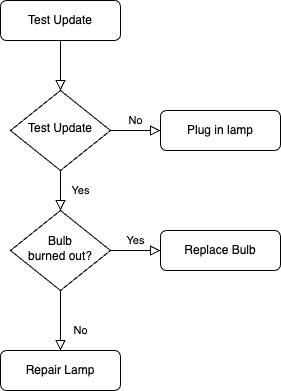
Above: Untitled Diagram.drawio.png in davidnjau/workflows (draw.io), before the change. Source tidied: cells renumbered, new cells last; positions are measured from the earlier drawing's top-left corner, leaving out a move shared by most shapes. Source of this version:
```xml
<mxGraphModel>
  <root>
    <mxCell id="0" />
    <mxCell id="1" parent="0" />
    <mxCell id="2" style="rounded=0;html=1;jettySize=auto;fontSize=11;endArrow=block;endFill=0;endSize=8;strokeWidth=1;shadow=0;labelBackgroundColor=none;edgeStyle=orthogonalEdgeStyle;" parent="1" edge="1" source="3" target="6">
      <mxGeometry relative="1" as="geometry" />
    </mxCell>
    <mxCell id="3" value="Test Update" style="rounded=1;whiteSpace=wrap;html=1;fontSize=12;glass=0;strokeWidth=1;shadow=0;" parent="1" vertex="1">
      <mxGeometry width="120" height="40" as="geometry" />
    </mxCell>
    <mxCell id="4" value="Yes" style="rounded=0;html=1;jettySize=auto;fontSize=11;endArrow=block;endFill=0;endSize=8;strokeWidth=1;shadow=0;labelBackgroundColor=none;edgeStyle=orthogonalEdgeStyle;" parent="1" edge="1" source="6" target="10">
      <mxGeometry y="20" relative="1" as="geometry" />
    </mxCell>
    <mxCell id="5" value="No" style="edgeStyle=orthogonalEdgeStyle;rounded=0;html=1;jettySize=auto;fontSize=11;endArrow=block;endFill=0;endSize=8;strokeWidth=1;shadow=0;labelBackgroundColor=none;" parent="1" edge="1" source="6" target="7">
      <mxGeometry y="10" relative="1" as="geometry" />
    </mxCell>
    <mxCell id="6" value="Test Update" style="rhombus;whiteSpace=wrap;html=1;shadow=0;fontFamily=Helvetica;fontSize=12;align=center;strokeWidth=1;spacing=6;spacingTop=-4;" parent="1" vertex="1">
      <mxGeometry x="10" y="90" width="100" height="80" as="geometry" />
    </mxCell>
    <mxCell id="7" value="Plug in lamp" style="rounded=1;whiteSpace=wrap;html=1;fontSize=12;glass=0;strokeWidth=1;shadow=0;" parent="1" vertex="1">
      <mxGeometry x="160" y="110" width="120" height="40" as="geometry" />
    </mxCell>
    <mxCell id="8" value="No" style="rounded=0;html=1;jettySize=auto;fontSize=11;endArrow=block;endFill=0;endSize=8;strokeWidth=1;shadow=0;labelBackgroundColor=none;edgeStyle=orthogonalEdgeStyle;" parent="1" edge="1" source="10" target="11">
      <mxGeometry x="0.33" y="20" relative="1" as="geometry" />
    </mxCell>
    <mxCell id="9" value="Yes" style="edgeStyle=orthogonalEdgeStyle;rounded=0;html=1;jettySize=auto;fontSize=11;endArrow=block;endFill=0;endSize=8;strokeWidth=1;shadow=0;labelBackgroundColor=none;" parent="1" edge="1" source="10" target="12">
      <mxGeometry y="10" relative="1" as="geometry" />
    </mxCell>
    <mxCell id="10" value="Bulb&lt;br&gt;burned out?" style="rhombus;whiteSpace=wrap;html=1;shadow=0;fontFamily=Helvetica;fontSize=12;align=center;strokeWidth=1;spacing=6;spacingTop=-4;" parent="1" vertex="1">
      <mxGeometry x="10" y="210" width="100" height="80" as="geometry" />
    </mxCell>
    <mxCell id="11" value="Repair Lamp" style="rounded=1;whiteSpace=wrap;html=1;fontSize=12;glass=0;strokeWidth=1;shadow=0;" parent="1" vertex="1">
      <mxGeometry y="350" width="120" height="40" as="geometry" />
    </mxCell>
    <mxCell id="12" value="Replace Bulb" style="rounded=1;whiteSpace=wrap;html=1;fontSize=12;glass=0;strokeWidth=1;shadow=0;" parent="1" vertex="1">
      <mxGeometry x="160" y="230" width="120" height="40" as="geometry" />
    </mxCell>
  </root>
</mxGraphModel>
```
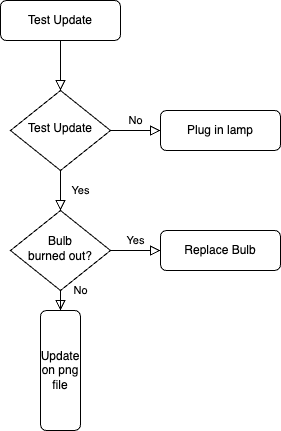
Above is the later version.

The edit, as a diff of the source:
```diff
@@ -29,8 +29,8 @@
     <mxCell id="10" value="Bulb&lt;br&gt;burned out?" style="rhombus;whiteSpace=wrap;html=1;shadow=0;fontFamily=Helvetica;fontSize=12;align=center;strokeWidth=1;spacing=6;spacingTop=-4;" parent="1" vertex="1">
       <mxGeometry x="10" y="210" width="100" height="80" as="geometry" />
     </mxCell>
-    <mxCell id="11" value="Repair Lamp" style="rounded=1;whiteSpace=wrap;html=1;fontSize=12;glass=0;strokeWidth=1;shadow=0;" parent="1" vertex="1">
-      <mxGeometry y="350" width="120" height="40" as="geometry" />
+    <mxCell id="11" value="Update on png file" style="rounded=1;whiteSpace=wrap;html=1;fontSize=12;glass=0;strokeWidth=1;shadow=0;direction=south;" parent="1" vertex="1">
+      <mxGeometry x="40" y="310" width="40" height="120" as="geometry" />
     </mxCell>
     <mxCell id="12" value="Replace Bulb" style="rounded=1;whiteSpace=wrap;html=1;fontSize=12;glass=0;strokeWidth=1;shadow=0;" parent="1" vertex="1">
       <mxGeometry x="160" y="230" width="120" height="40" as="geometry" />
```
